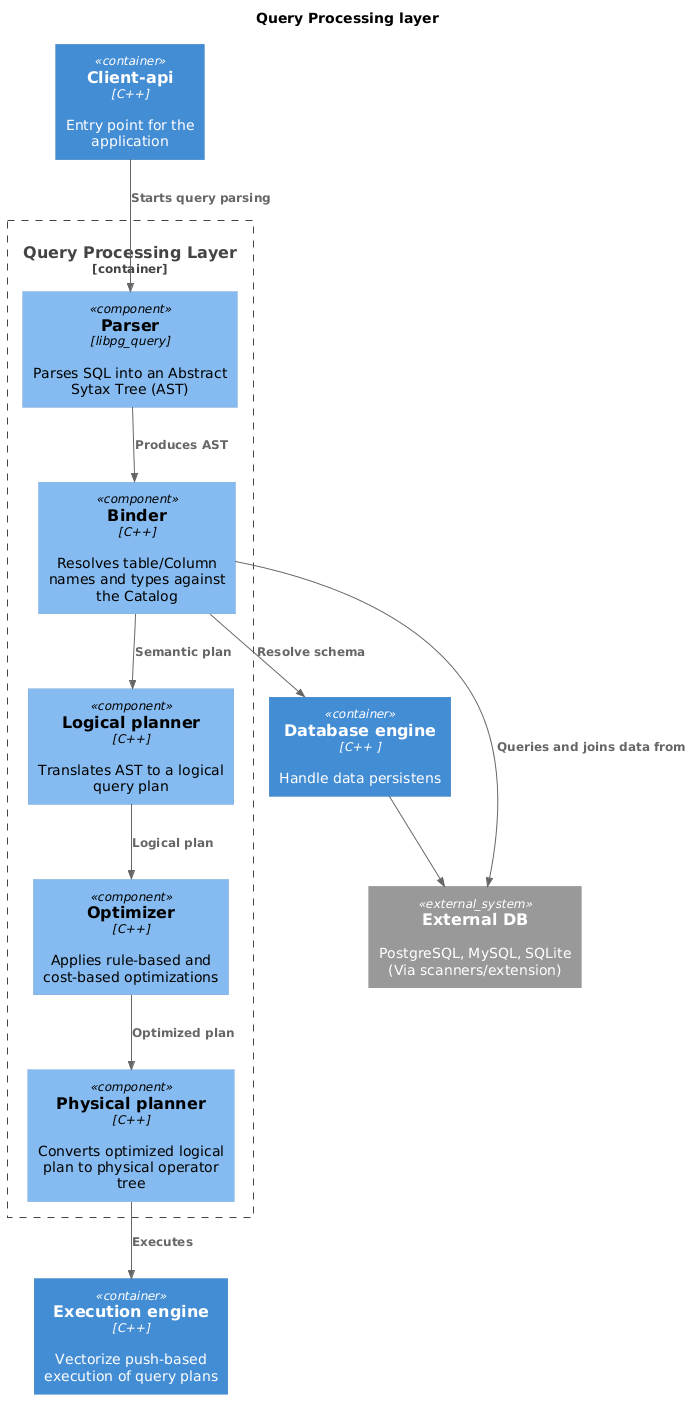
Before: reports/graphyc/c4/level3/QPL.png, a diagram exported from PlantUML (team-14-sda/project). Source of this version:
```plantuml
@startuml
!includeurl https://raw.githubusercontent.com/plantuml-stdlib/C4-PlantUML/master/C4_Component.puml

title Query Processing layer



Container(client, "Client-api","C++","Entry point for the application")
Container_Boundary(QPL, "Query Processing Layer") {

    Component(parser, "Parser", "libpg_query", "Parses SQL into an Abstract Sytax Tree (AST)")
    Component(binder,"Binder","C++","Resolves table/Column names and types against the Catalog")
    Component(logicalPlanner,"Logical planner","C++","Translates AST to a logical query plan")
    Component(optimizer,"Optimizer","C++","Applies rule-based and cost-based optimizations")
    Component(physicalPlanner,"Physical planner","C++","Converts optimized logical plan to physical operator tree")
}
Container(executionEngine,"Execution engine","C++","Vectorize push-based execution of query plans")
Container(DBE,"Database engine ","C++ ","Handle data persistens")
System_Ext(EDB,"External DB","PostgreSQL, MySQL, SQLite (Via scanners/extension)")
Rel(binder,EDB,"Queries and joins data from")
Rel(DBE,EDB,"")
Rel(client, parser, "Starts query parsing")
Rel(parser, binder, "Produces AST")
Rel(binder, logicalPlanner, "Semantic plan")
Rel(binder, DBE, "Resolve schema")
Rel(logicalPlanner, optimizer, "Logical plan")
Rel(optimizer, physicalPlanner, "Optimized plan")
Rel(physicalPlanner, executionEngine, "Executes")
@enduml
```
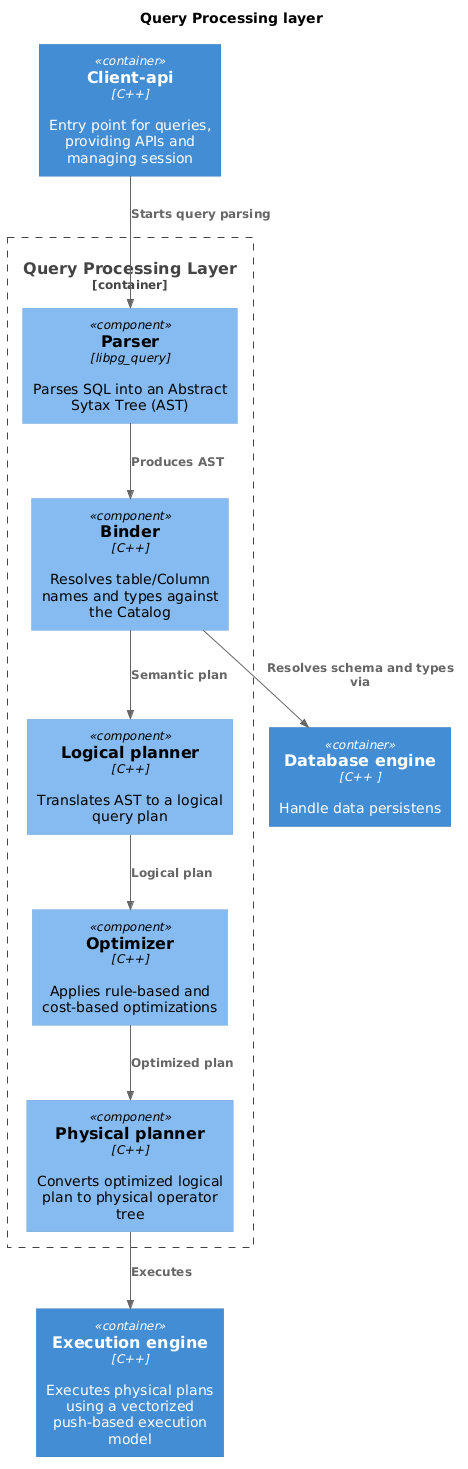
The same diagram one commit later.

Commit message:
fix(Architecture.md): correct C4 diagrams based on feedback

The edit, as a diff of the source:
```diff
@@ -5,7 +5,7 @@
 
 
 
-Container(client, "Client-api","C++","Entry point for the application")
+Container(client, "Client-api","C++","Entry point for queries, providing APIs and managing session")
 Container_Boundary(QPL, "Query Processing Layer") {
 
     Component(parser, "Parser", "libpg_query", "Parses SQL into an Abstract Sytax Tree (AST)")
@@ -14,15 +14,13 @@
     Component(optimizer,"Optimizer","C++","Applies rule-based and cost-based optimizations")
     Component(physicalPlanner,"Physical planner","C++","Converts optimized logical plan to physical operator tree")
 }
-Container(executionEngine,"Execution engine","C++","Vectorize push-based execution of query plans")
+Container(executionEngine,"Execution engine","C++","Executes physical plans using a vectorized push-based execution model")
 Container(DBE,"Database engine ","C++ ","Handle data persistens")
-System_Ext(EDB,"External DB","PostgreSQL, MySQL, SQLite (Via scanners/extension)")
-Rel(binder,EDB,"Queries and joins data from")
-Rel(DBE,EDB,"")
+
 Rel(client, parser, "Starts query parsing")
 Rel(parser, binder, "Produces AST")
 Rel(binder, logicalPlanner, "Semantic plan")
-Rel(binder, DBE, "Resolve schema")
+Rel(binder, DBE, "Resolves schema and types via")
 Rel(logicalPlanner, optimizer, "Logical plan")
 Rel(optimizer, physicalPlanner, "Optimized plan")
 Rel(physicalPlanner, executionEngine, "Executes")
```
